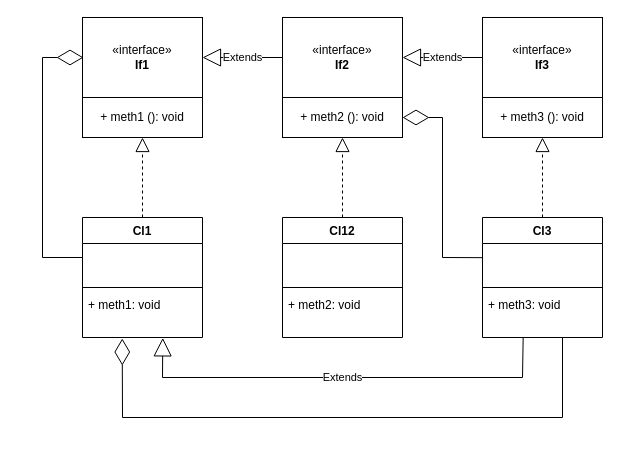
Before: lab2/lab2_task.drawio in YungLust/KPI-SE, a draw.io diagram. Source tidied: cells renumbered, new cells numbered last; positions are measured from the earlier drawing's top-left corner, leaving out a move shared by most shapes. Both pictures are drawn from the tidied source at 100%, with x=0, y=0 at pixel (42, 17).
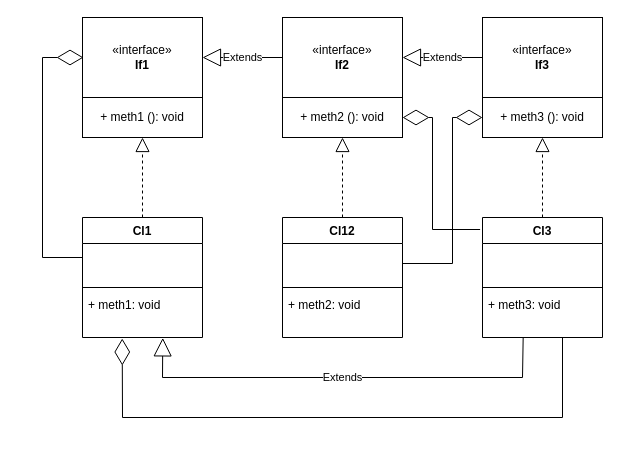
The same page after the edit.

Commit message (it also covers changes not shown here):
Added Cl3-If2 and Cl2-If3 aggregations and changed all the diagrams

Unchanged cells that the change refers to:
```xml
<mxCell id="7" value="&amp;nbsp;" style="text;strokeColor=none;fillColor=none;align=left;verticalAlign=top;spacingLeft=4;spacingRight=4;overflow=hidden;points=[[0,0.5],[1,0.5]];portConstraint=eastwest;whiteSpace=wrap;html=1;" parent="6" vertex="1">
  <mxGeometry y="26" width="120" height="40" as="geometry" />
</mxCell>
<mxCell id="10" value="Cl3" style="swimlane;fontStyle=1;align=center;verticalAlign=top;horizontal=1;startSize=26;whiteSpace=wrap;html=1;" parent="1" vertex="1">
  <mxGeometry x="440" y="200" width="120" height="120" as="geometry" />
</mxCell>
<mxCell id="11" value="&amp;nbsp;" style="text;strokeColor=none;fillColor=none;align=left;verticalAlign=top;spacingLeft=4;spacingRight=4;overflow=hidden;points=[[0,0.5],[1,0.5]];portConstraint=eastwest;whiteSpace=wrap;html=1;" parent="10" vertex="1">
  <mxGeometry y="26" width="120" height="40" as="geometry" />
</mxCell>
<mxCell id="19" value="+ meth2 (): void" style="html=1;whiteSpace=wrap;" parent="17" vertex="1">
  <mxGeometry y="80" width="120" height="40" as="geometry" />
</mxCell>
<mxCell id="22" value="+ meth3 (): void" style="html=1;whiteSpace=wrap;" parent="20" vertex="1">
  <mxGeometry y="80" width="120" height="40" as="geometry" />
</mxCell>
```

The edit, as a diff of the source:
```diff
@@
-    <mxCell id="30" style="endArrow=diamondThin;endFill=0;endSize=24;html=1;rounded=0;entryX=1;entryY=0.5;entryDx=0;entryDy=0;exitX=-0.003;exitY=0.354;exitDx=0;exitDy=0;exitPerimeter=0;" parent="1" edge="1" source="11" target="19">
+    <mxCell id="30" style="endArrow=diamondThin;endFill=0;endSize=24;html=1;rounded=0;entryX=1;entryY=0.5;entryDx=0;entryDy=0;exitX=-0.02;exitY=0.1;exitDx=0;exitDy=0;exitPerimeter=0;" parent="1" edge="1" source="10" target="19">
       <mxGeometry relative="1" as="geometry">
         <Array as="points">
-          <mxPoint x="400" y="240" />
-          <mxPoint x="400" y="100" />
+          <mxPoint x="390" y="212" />
+          <mxPoint x="390" y="100" />
         </Array>
       </mxGeometry>
     </mxCell>
@@
+    <mxCell id="32" style="endArrow=diamondThin;endFill=0;endSize=24;html=1;rounded=0;entryX=0;entryY=0.5;entryDx=0;entryDy=0;exitX=1;exitY=0.5;exitDx=0;exitDy=0;" parent="1" edge="1" source="7" target="22">
+      <mxGeometry relative="1" as="geometry">
+        <Array as="points">
+          <mxPoint x="410" y="246" />
+          <mxPoint x="410" y="100" />
+        </Array>
+      </mxGeometry>
+    </mxCell>
```
